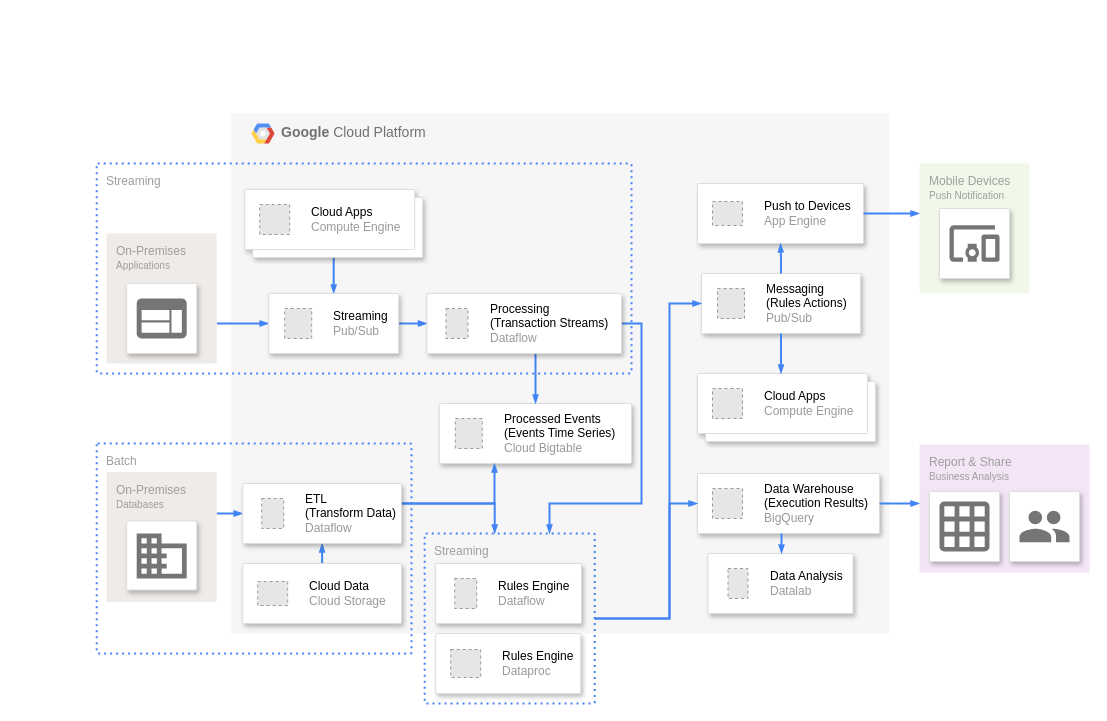
Above: 未命名绘图.drawio in hijimo/flow-pics (draw.io), before the change. Source tidied: cells renumbered, new cells numbered last; positions are measured from the earlier drawing's top-left corner, leaving out a move shared by most shapes. Both pictures are drawn from the tidied source at 100%, with x=0, y=0 at pixel (96, 113). Pictures stored in the file or linked from it are replaced by grey dashed boxes.
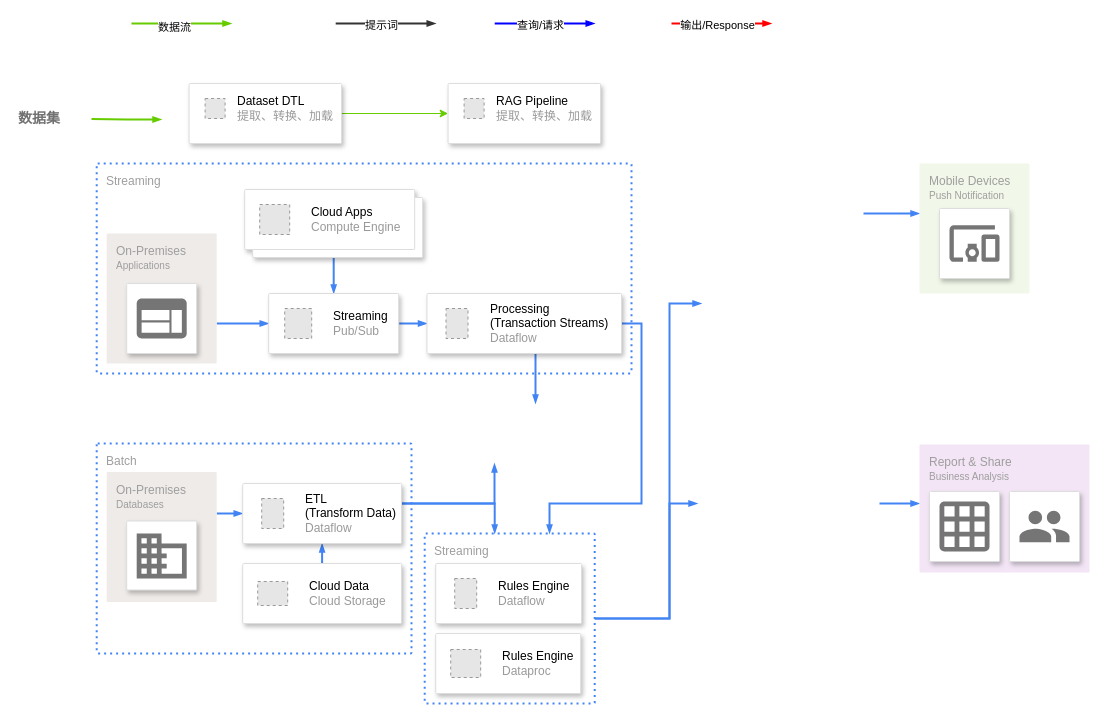
After the change.

The change refers to these unchanged cells:
```xml
<mxCell id="21" value="Streaming" style="rounded=1;absoluteArcSize=1;arcSize=2;html=1;strokeColor=#4284F3;gradientColor=none;shadow=0;dashed=1;fontSize=12;fontColor=#9E9E9E;align=left;verticalAlign=top;spacing=10;spacingTop=-4;fillColor=none;dashPattern=1 2;strokeWidth=2;" parent="1" vertex="1">
  <mxGeometry x="328.2" y="420" width="170" height="170" as="geometry" />
</mxCell>
<mxCell id="41" value="Mobile Devices&lt;br&gt;&lt;font style=&quot;font-size: 10px&quot;&gt;Push Notification&lt;/font&gt;&lt;br&gt;" style="rounded=1;absoluteArcSize=1;arcSize=2;html=1;strokeColor=none;gradientColor=none;shadow=0;dashed=0;fontSize=12;fontColor=#9E9E9E;align=left;verticalAlign=top;spacing=10;spacingTop=-4;fillColor=#F1F8E9;" parent="1" vertex="1">
  <mxGeometry x="823" y="50" width="110" height="130" as="geometry" />
</mxCell>
<mxCell id="44" value="Report &amp;amp; Share&lt;br&gt;&lt;font style=&quot;font-size: 10px&quot;&gt;Business Analysis&lt;/font&gt;&lt;br&gt;" style="rounded=1;absoluteArcSize=1;arcSize=2;html=1;strokeColor=none;gradientColor=none;shadow=0;dashed=0;fontSize=12;fontColor=#9E9E9E;align=left;verticalAlign=top;spacing=10;spacingTop=-4;fillColor=#F3E5F5;" parent="1" vertex="1">
  <mxGeometry x="823" y="331" width="170" height="128" as="geometry" />
</mxCell>
<mxCell id="53" style="strokeColor=#dddddd;shadow=1;strokeWidth=1;rounded=1;absoluteArcSize=1;arcSize=2;" parent="1" vertex="1">
  <mxGeometry x="330.5" y="180" width="194.5" height="60" as="geometry" />
</mxCell>
<mxCell id="57" style="strokeColor=#dddddd;shadow=1;strokeWidth=1;rounded=1;absoluteArcSize=1;arcSize=2;" parent="1" vertex="1">
  <mxGeometry x="146.2" y="370" width="158.8" height="60" as="geometry" />
</mxCell>
```

The edit, as a diff of the source:
```diff
@@
-    <mxCell id="2" value="&lt;b&gt;Google &lt;/b&gt;Cloud Platform" style="fillColor=#F6F6F6;strokeColor=none;shadow=0;gradientColor=none;fontSize=14;align=left;spacing=10;fontColor=#717171;9E9E9E;verticalAlign=top;spacingTop=-4;fontStyle=0;spacingLeft=40;html=1;" parent="1" vertex="1">
-      <mxGeometry x="135" width="658" height="520" as="geometry" />
-    </mxCell>
-    <mxCell id="3" style="shape=mxgraph.gcp2.google_cloud_platform;fillColor=#F6F6F6;strokeColor=none;shadow=0;gradientColor=none;" parent="2" vertex="1">
-      <mxGeometry width="23" height="20" relative="1" as="geometry">
-        <mxPoint x="20" y="10" as="offset" />
-      </mxGeometry>
-    </mxCell>
-    <mxCell id="4" style="strokeColor=#dddddd;shadow=1;strokeWidth=1;rounded=1;absoluteArcSize=1;arcSize=2;" parent="2" vertex="1">
-      <mxGeometry x="207.8" y="290" width="192.2" height="60" as="geometry" />
-    </mxCell>
-    <mxCell id="5" value="&lt;font color=&quot;#000000&quot;&gt;Processed Events&lt;br&gt;(Events Time Series)&lt;/font&gt;&lt;br&gt;Cloud Bigtable" style="fillColor=#E6E6E6;strokeColor=#999999;dashed=1;html=1;fontColor=#999999;verticalLabelPosition=middle;verticalAlign=middle;labelPosition=right;align=left;spacingLeft=20;" parent="4" vertex="1">
-      <mxGeometry width="27" height="30" relative="1" as="geometry">
-        <mxPoint x="16" y="15" as="offset" />
-      </mxGeometry>
-    </mxCell>
-    <mxCell id="6" style="strokeColor=#dddddd;shadow=1;strokeWidth=1;rounded=1;absoluteArcSize=1;arcSize=2;" parent="2" vertex="1">
-      <mxGeometry x="466" y="70" width="166" height="60" as="geometry" />
-    </mxCell>
-    <mxCell id="7" value="&lt;font color=&quot;#000000&quot;&gt;Push to Devices&lt;/font&gt;&lt;br&gt;App Engine" style="fillColor=#E6E6E6;strokeColor=#999999;dashed=1;html=1;fontColor=#999999;verticalLabelPosition=middle;verticalAlign=middle;labelPosition=right;align=left;spacingLeft=20;" parent="6" vertex="1">
-      <mxGeometry width="30" height="24" relative="1" as="geometry">
-        <mxPoint x="15" y="18" as="offset" />
-      </mxGeometry>
-    </mxCell>
-    <mxCell id="8" style="strokeColor=#dddddd;shadow=1;strokeWidth=1;rounded=1;absoluteArcSize=1;arcSize=2;" parent="2" vertex="1">
-      <mxGeometry x="470" y="160" width="159" height="60" as="geometry" />
-    </mxCell>
-    <mxCell id="9" value="&lt;font color=&quot;#000000&quot;&gt;Messaging&lt;br&gt;(Rules Actions)&lt;/font&gt;&lt;br&gt;Pub/Sub" style="fillColor=#E6E6E6;strokeColor=#999999;dashed=1;html=1;fontColor=#999999;verticalLabelPosition=middle;verticalAlign=middle;labelPosition=right;align=left;spacingLeft=20;" parent="8" vertex="1">
-      <mxGeometry width="27" height="30" relative="1" as="geometry">
-        <mxPoint x="16" y="15" as="offset" />
-      </mxGeometry>
-    </mxCell>
-    <mxCell id="10" style="edgeStyle=orthogonalEdgeStyle;rounded=0;html=1;dashed=0;labelBackgroundColor=none;startArrow=none;startFill=0;startSize=4;endArrow=blockThin;endFill=1;endSize=4;strokeColor=#4284F3;strokeWidth=2;fontSize=12;" parent="2" edge="1" source="8" target="6">
-      <mxGeometry relative="1" as="geometry" />
-    </mxCell>
-    <mxCell id="11" style="shape=mxgraph.gcp2.doubleRect;strokeColor=#dddddd;shadow=1;strokeWidth=1;rounded=1;absoluteArcSize=1;arcSize=2;" parent="2" vertex="1">
-      <mxGeometry x="466" y="260" width="178" height="68" as="geometry" />
-    </mxCell>
-    <mxCell id="12" value="&lt;font color=&quot;#000000&quot;&gt;Cloud Apps&lt;/font&gt;&lt;br&gt;Compute Engine" style="fillColor=#E6E6E6;strokeColor=#999999;dashed=1;html=1;fontColor=#999999;verticalLabelPosition=middle;verticalAlign=middle;labelPosition=right;align=left;spacingLeft=20;" parent="11" vertex="1">
-      <mxGeometry width="30" height="30" relative="1" as="geometry">
-        <mxPoint x="15" y="15" as="offset" />
-      </mxGeometry>
-    </mxCell>
-    <mxCell id="13" style="edgeStyle=orthogonalEdgeStyle;rounded=0;html=1;dashed=0;labelBackgroundColor=none;startArrow=none;startFill=0;startSize=4;endArrow=blockThin;endFill=1;endSize=4;strokeColor=#4284F3;strokeWidth=2;fontSize=12;" parent="2" edge="1" source="8" target="11">
-      <mxGeometry relative="1" as="geometry">
-        <Array as="points">
-          <mxPoint x="554" y="260" />
-          <mxPoint x="554" y="260" />
-        </Array>
-      </mxGeometry>
-    </mxCell>
-    <mxCell id="14" style="strokeColor=#dddddd;shadow=1;strokeWidth=1;rounded=1;absoluteArcSize=1;arcSize=2;" parent="2" vertex="1">
-      <mxGeometry x="466" y="360" width="182" height="60" as="geometry" />
-    </mxCell>
-    <mxCell id="15" value="&lt;font color=&quot;#000000&quot;&gt;Data Warehouse&lt;br&gt;(Execution Results)&lt;/font&gt;&lt;br&gt;BigQuery" style="fillColor=#E6E6E6;strokeColor=#999999;dashed=1;html=1;fontColor=#999999;verticalLabelPosition=middle;verticalAlign=middle;labelPosition=right;align=left;spacingLeft=20;" parent="14" vertex="1">
-      <mxGeometry width="30" height="30" relative="1" as="geometry">
-        <mxPoint x="15" y="15" as="offset" />
-      </mxGeometry>
-    </mxCell>
-    <mxCell id="16" style="strokeColor=#dddddd;shadow=1;strokeWidth=1;rounded=1;absoluteArcSize=1;arcSize=2;" parent="2" vertex="1">
-      <mxGeometry x="476.5" y="440" width="145" height="60" as="geometry" />
-    </mxCell>
-    <mxCell id="17" value="&lt;font color=&quot;#000000&quot;&gt;Data Analysis&lt;/font&gt;&lt;br&gt;Datalab" style="fillColor=#E6E6E6;strokeColor=#999999;dashed=1;html=1;fontColor=#999999;verticalLabelPosition=middle;verticalAlign=middle;labelPosition=right;align=left;spacingLeft=20;" parent="16" vertex="1">
-      <mxGeometry width="20" height="30" relative="1" as="geometry">
-        <mxPoint x="20" y="15" as="offset" />
-      </mxGeometry>
-    </mxCell>
-    <mxCell id="18" style="edgeStyle=orthogonalEdgeStyle;rounded=0;html=1;dashed=0;labelBackgroundColor=none;startArrow=none;startFill=0;startSize=4;endArrow=blockThin;endFill=1;endSize=4;strokeColor=#4284F3;strokeWidth=2;fontSize=12;" parent="2" edge="1" source="14" target="16">
-      <mxGeometry relative="1" as="geometry">
-        <Array as="points">
-          <mxPoint x="550" y="430" />
-          <mxPoint x="550" y="430" />
-        </Array>
-      </mxGeometry>
-    </mxCell>
-    <mxCell id="19" style="edgeStyle=orthogonalEdgeStyle;rounded=0;html=1;dashed=0;labelBackgroundColor=none;startArrow=none;startFill=0;startSize=4;endArrow=blockThin;endFill=1;endSize=4;strokeColor=#4284F3;strokeWidth=2;fontSize=12;" parent="1" edge="1" source="21" target="14">
+    <mxCell id="19" style="edgeStyle=orthogonalEdgeStyle;rounded=0;html=1;dashed=0;labelBackgroundColor=none;startArrow=none;startFill=0;startSize=4;endArrow=blockThin;endFill=1;endSize=4;strokeColor=#4284F3;strokeWidth=2;fontSize=12;" parent="1" edge="1" source="21">
       <mxGeometry relative="1" as="geometry">
+        <mxPoint x="601" y="390" as="targetPoint" />
         <Array as="points">
           <mxPoint x="573" y="505" />
           <mxPoint x="573" y="390" />
         </Array>
       </mxGeometry>
     </mxCell>
-    <mxCell id="20" style="edgeStyle=orthogonalEdgeStyle;rounded=0;html=1;dashed=0;labelBackgroundColor=none;startArrow=none;startFill=0;startSize=4;endArrow=blockThin;endFill=1;endSize=4;strokeColor=#4284F3;strokeWidth=2;fontSize=12;" parent="1" edge="1" source="21" target="8">
+    <mxCell id="20" style="edgeStyle=orthogonalEdgeStyle;rounded=0;html=1;dashed=0;labelBackgroundColor=none;startArrow=none;startFill=0;startSize=4;endArrow=blockThin;endFill=1;endSize=4;strokeColor=#4284F3;strokeWidth=2;fontSize=12;" parent="1" edge="1" source="21">
       <mxGeometry relative="1" as="geometry">
+        <mxPoint x="605" y="190" as="targetPoint" />
         <Array as="points">
           <mxPoint x="573" y="505" />
           <mxPoint x="573" y="190" />
         </Array>
       </mxGeometry>
     </mxCell>
@@
-    <mxCell id="34" style="edgeStyle=orthogonalEdgeStyle;rounded=0;html=1;dashed=0;labelBackgroundColor=none;startArrow=none;startFill=0;startSize=4;endArrow=blockThin;endFill=1;endSize=4;strokeColor=#4284F3;strokeWidth=2;fontSize=12;" parent="1" edge="1" source="53" target="4">
+    <mxCell id="34" style="edgeStyle=orthogonalEdgeStyle;rounded=0;html=1;dashed=0;labelBackgroundColor=none;startArrow=none;startFill=0;startSize=4;endArrow=blockThin;endFill=1;endSize=4;strokeColor=#4284F3;strokeWidth=2;fontSize=12;" parent="1" edge="1" source="53">
       <mxGeometry relative="1" as="geometry">
+        <mxPoint x="439" y="290" as="targetPoint" />
         <Array as="points">
           <mxPoint x="439" y="250" />
           <mxPoint x="439" y="250" />
         </Array>
       </mxGeometry>
     </mxCell>
@@
-    <mxCell id="37" style="edgeStyle=orthogonalEdgeStyle;rounded=0;html=1;dashed=0;labelBackgroundColor=none;startArrow=none;startFill=0;startSize=4;endArrow=blockThin;endFill=1;endSize=4;strokeColor=#4284F3;strokeWidth=2;fontSize=12;" parent="1" edge="1" source="57" target="4">
+    <mxCell id="37" style="edgeStyle=orthogonalEdgeStyle;rounded=0;html=1;dashed=0;labelBackgroundColor=none;startArrow=none;startFill=0;startSize=4;endArrow=blockThin;endFill=1;endSize=4;strokeColor=#4284F3;strokeWidth=2;fontSize=12;" parent="1" edge="1" source="57">
       <mxGeometry relative="1" as="geometry">
+        <mxPoint x="398" y="350" as="targetPoint" />
         <Array as="points">
           <mxPoint x="398" y="390" />
         </Array>
       </mxGeometry>
     </mxCell>
@@
-    <mxCell id="39" style="edgeStyle=orthogonalEdgeStyle;rounded=0;html=1;dashed=0;labelBackgroundColor=none;startArrow=none;startFill=0;startSize=4;endArrow=blockThin;endFill=1;endSize=4;strokeColor=#4284F3;strokeWidth=2;fontSize=12;" parent="1" edge="1" source="6" target="41">
+    <mxCell id="39" style="edgeStyle=orthogonalEdgeStyle;rounded=0;html=1;dashed=0;labelBackgroundColor=none;startArrow=none;startFill=0;startSize=4;endArrow=blockThin;endFill=1;endSize=4;strokeColor=#4284F3;strokeWidth=2;fontSize=12;" parent="1" edge="1" target="41">
       <mxGeometry relative="1" as="geometry">
+        <mxPoint x="767" y="100" as="sourcePoint" />
         <Array as="points">
           <mxPoint x="910" y="100" />
         </Array>
       </mxGeometry>
     </mxCell>
-    <mxCell id="40" style="edgeStyle=orthogonalEdgeStyle;rounded=0;html=1;dashed=0;labelBackgroundColor=none;startArrow=none;startFill=0;startSize=4;endArrow=blockThin;endFill=1;endSize=4;strokeColor=#4284F3;strokeWidth=2;fontSize=12;" parent="1" edge="1" source="14" target="44">
+    <mxCell id="40" style="edgeStyle=orthogonalEdgeStyle;rounded=0;html=1;dashed=0;labelBackgroundColor=none;startArrow=none;startFill=0;startSize=4;endArrow=blockThin;endFill=1;endSize=4;strokeColor=#4284F3;strokeWidth=2;fontSize=12;" parent="1" edge="1" target="44">
       <mxGeometry relative="1" as="geometry">
+        <mxPoint x="783" y="390" as="sourcePoint" />
         <Array as="points">
           <mxPoint x="815" y="390" />
           <mxPoint x="815" y="390" />
         </Array>
       </mxGeometry>
     </mxCell>
@@
+    <mxCell id="63" style="edgeStyle=orthogonalEdgeStyle;fontSize=12;html=1;endArrow=blockThin;endFill=1;rounded=0;strokeWidth=2;endSize=4;startSize=4;dashed=0;strokeColor=#66CC00;" parent="1" edge="1">
+      <mxGeometry relative="1" as="geometry">
+        <mxPoint x="35" y="-90" as="sourcePoint" />
+        <mxPoint x="135" y="-90" as="targetPoint" />
+      </mxGeometry>
+    </mxCell>
+    <mxCell id="64" value="数据流" style="edgeLabel;html=1;align=center;verticalAlign=middle;" parent="63" vertex="1">
+      <mxGeometry x="-0.17" y="-3" relative="1" as="geometry" />
+    </mxCell>
+    <mxCell id="65" style="edgeStyle=orthogonalEdgeStyle;fontSize=12;html=1;endArrow=blockThin;endFill=1;rounded=0;strokeWidth=2;endSize=4;startSize=4;dashed=0;strokeColor=#333333;" parent="1" edge="1">
+      <mxGeometry relative="1" as="geometry">
+        <mxPoint x="239.2" y="-90" as="sourcePoint" />
+        <mxPoint x="339.2" y="-90" as="targetPoint" />
+      </mxGeometry>
+    </mxCell>
+    <mxCell id="66" value="提示词" style="edgeLabel;html=1;align=center;verticalAlign=middle;" parent="65" vertex="1">
+      <mxGeometry x="-0.1" y="-1" relative="1" as="geometry" />
+    </mxCell>
+    <mxCell id="67" style="edgeStyle=orthogonalEdgeStyle;fontSize=12;html=1;endArrow=blockThin;endFill=1;rounded=0;strokeWidth=2;endSize=4;startSize=4;dashed=0;strokeColor=#0000FF;" parent="1" edge="1">
+      <mxGeometry relative="1" as="geometry">
+        <mxPoint x="398.2" y="-90" as="sourcePoint" />
+        <mxPoint x="498.2" y="-90" as="targetPoint" />
+      </mxGeometry>
+    </mxCell>
+    <mxCell id="68" value="查询/请求" style="edgeLabel;html=1;align=center;verticalAlign=middle;" parent="67" vertex="1">
+      <mxGeometry x="-0.1" y="-1" relative="1" as="geometry" />
+    </mxCell>
+    <mxCell id="69" style="edgeStyle=orthogonalEdgeStyle;fontSize=12;html=1;endArrow=blockThin;endFill=1;rounded=0;strokeWidth=2;endSize=4;startSize=4;dashed=0;strokeColor=#FF0000;" parent="1" edge="1">
+      <mxGeometry relative="1" as="geometry">
+        <mxPoint x="575" y="-90" as="sourcePoint" />
+        <mxPoint x="675" y="-90" as="targetPoint" />
+      </mxGeometry>
+    </mxCell>
+    <mxCell id="70" value="输出/Response" style="edgeLabel;html=1;align=center;verticalAlign=middle;" parent="69" vertex="1">
+      <mxGeometry x="-0.1" y="-1" relative="1" as="geometry" />
+    </mxCell>
+    <mxCell id="71" value="&lt;font color=&quot;#717171&quot;&gt;&lt;span style=&quot;font-size: 14px; text-wrap: nowrap;&quot;&gt;&lt;b&gt;数据集&lt;/b&gt;&lt;/span&gt;&lt;/font&gt;" style="text;whiteSpace=wrap;html=1;" parent="1" vertex="1">
+      <mxGeometry x="-79.8" y="-10" width="44.8" height="40" as="geometry" />
+    </mxCell>
+    <mxCell id="72" style="edgeStyle=orthogonalEdgeStyle;rounded=0;jettySize=auto;html=1;exitX=1;exitY=0.5;exitDx=0;exitDy=0;entryX=0;entryY=0.5;entryDx=0;entryDy=0;strokeColor=#66CC00;" parent="1" edge="1" source="73" target="76">
+      <mxGeometry relative="1" as="geometry" />
+    </mxCell>
+    <mxCell id="73" style="strokeColor=#dddddd;shadow=1;strokeWidth=1;rounded=1;absoluteArcSize=1;arcSize=2;" parent="1" vertex="1">
+      <mxGeometry x="92.6" y="-30" width="152.4" height="60" as="geometry" />
+    </mxCell>
+    <mxCell id="74" value="&lt;font color=&quot;#000000&quot;&gt;Dataset DTL&lt;/font&gt;&lt;br&gt;提取、转换、加载" style="fillColor=#E6E6E6;strokeColor=#999999;dashed=1;html=1;fontColor=#999999;verticalLabelPosition=middle;verticalAlign=middle;labelPosition=right;align=left;spacingLeft=10;" parent="73" vertex="1">
+      <mxGeometry width="20" height="20" relative="1" as="geometry">
+        <mxPoint x="16" y="15" as="offset" />
+      </mxGeometry>
+    </mxCell>
+    <mxCell id="75" style="edgeStyle=orthogonalEdgeStyle;fontSize=12;html=1;endArrow=blockThin;endFill=1;rounded=0;strokeWidth=2;endSize=4;startSize=4;dashed=0;strokeColor=#66CC00;" parent="1" edge="1">
+      <mxGeometry relative="1" as="geometry">
+        <mxPoint x="-5" y="5.5" as="sourcePoint" />
+        <mxPoint x="65" y="6" as="targetPoint" />
+      </mxGeometry>
+    </mxCell>
+    <mxCell id="76" style="strokeColor=#dddddd;shadow=1;strokeWidth=1;rounded=1;absoluteArcSize=1;arcSize=2;" parent="1" vertex="1">
+      <mxGeometry x="351.6" y="-30" width="152.4" height="60" as="geometry" />
+    </mxCell>
+    <mxCell id="77" value="&lt;font color=&quot;#000000&quot;&gt;RAG Pipeline&lt;/font&gt;&lt;br&gt;提取、转换、加载" style="fillColor=#E6E6E6;strokeColor=#999999;dashed=1;html=1;fontColor=#999999;verticalLabelPosition=middle;verticalAlign=middle;labelPosition=right;align=left;spacingLeft=10;" parent="76" vertex="1">
+      <mxGeometry width="20" height="20" relative="1" as="geometry">
+        <mxPoint x="16" y="15" as="offset" />
+      </mxGeometry>
+    </mxCell>
```
